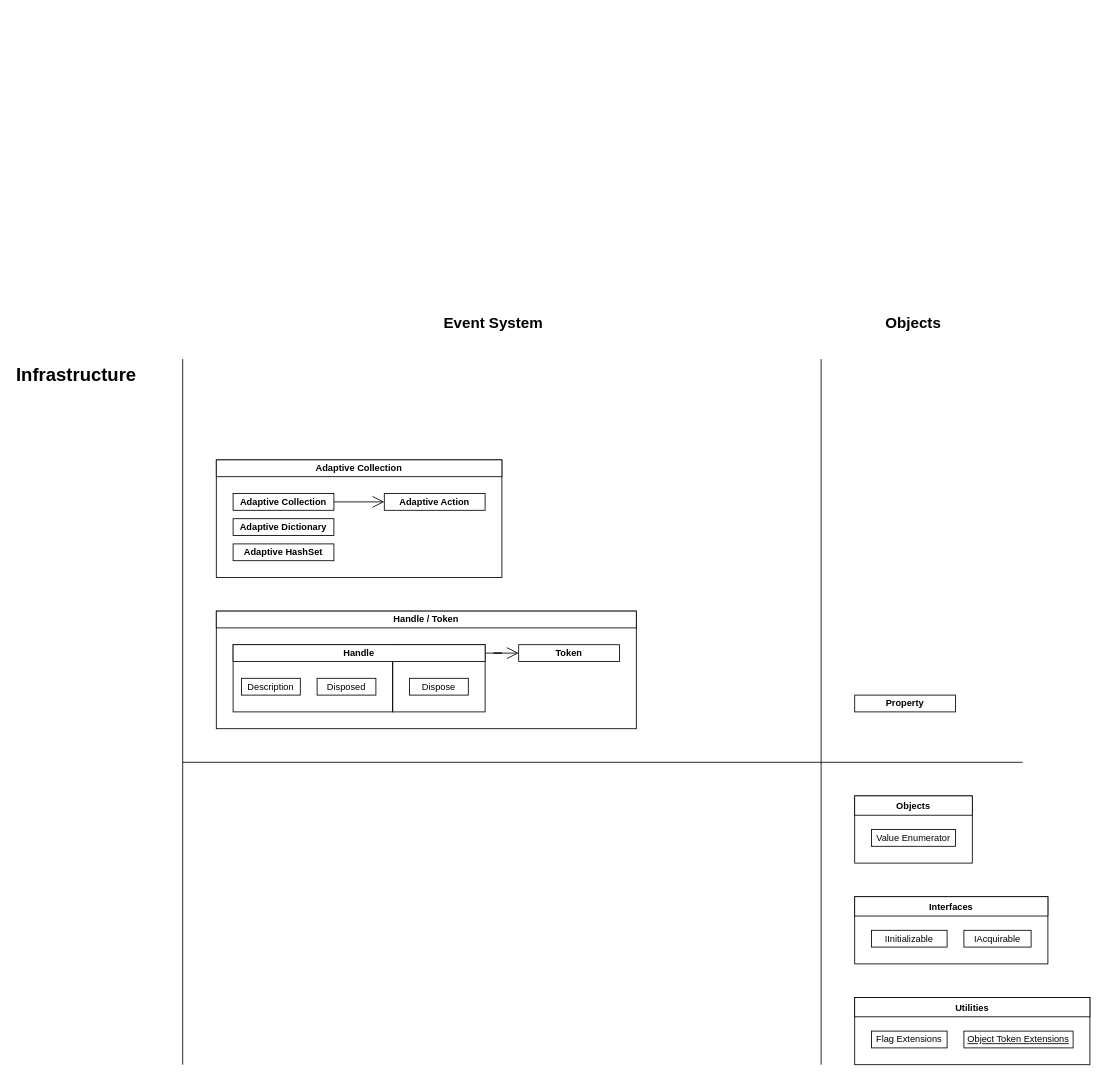
Earlier version of the draw.io diagram page "Core" (2 of 2) of docs/02. UniEngine/UniEngine.drawio (dove-creative/uniengine). Source tidied: cells renumbered, new cells numbered last; positions are measured from the earlier drawing's top-left corner, leaving out a move shared by most shapes. Both pictures are drawn from the tidied source at 84%, with x=0, y=0 at pixel (14, 308).
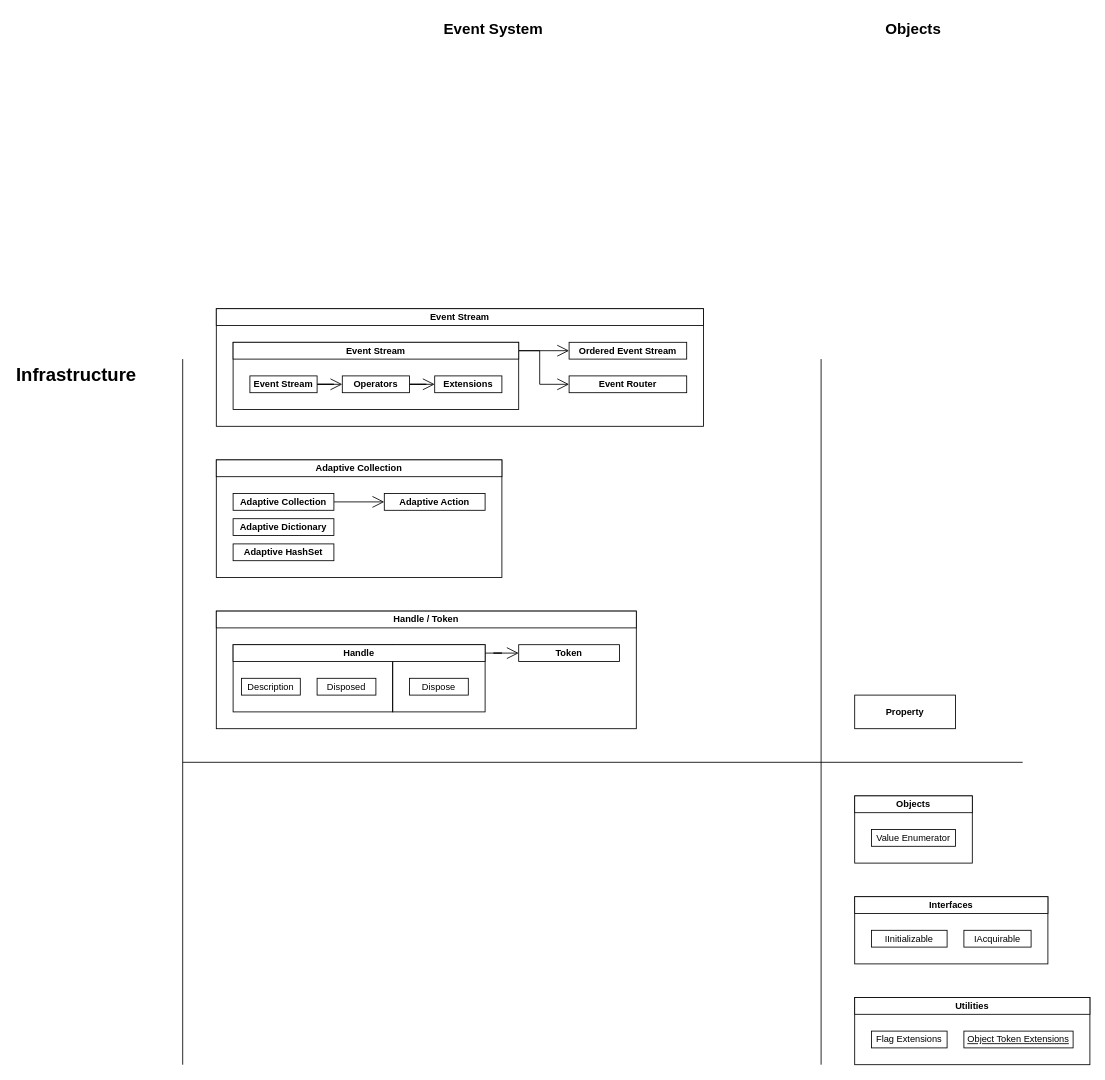
The same page after the edit.

Diff of the diagram source:
```diff
@@
+    <mxCell id="37" style="rounded=0;whiteSpace=wrap;html=1;fontFamily=Helvetica;fontSize=11;fontColor=default;labelBackgroundColor=default;fillColor=none;" parent="1" vertex="1">
+      <mxGeometry x="240" width="580" height="140" as="geometry" />
+    </mxCell>
+    <mxCell id="38" style="rounded=0;whiteSpace=wrap;html=1;fontFamily=Helvetica;fontSize=11;fontColor=default;labelBackgroundColor=default;fillColor=none;" parent="1" vertex="1">
+      <mxGeometry x="260" y="40" width="340" height="80" as="geometry" />
+    </mxCell>
@@
     <mxCell id="8" value="&lt;h1 style=&quot;margin-top: 0px;&quot;&gt;Event System&lt;/h1&gt;" style="text;html=1;whiteSpace=wrap;overflow=hidden;rounded=0;fontFamily=Helvetica;fontSize=9;fontColor=default;labelBackgroundColor=none;align=center;verticalAlign=top;" parent="1" vertex="1">
-      <mxGeometry x="490" width="160" height="40" as="geometry" />
+      <mxGeometry x="490" y="-350" width="160" height="40" as="geometry" />
     </mxCell>
@@
-    <mxCell id="12" value="&lt;b&gt;Utilities&lt;/b&gt;" style="rounded=0;whiteSpace=wrap;html=1;fontFamily=Helvetica;fontSize=11;fontColor=default;labelBackgroundColor=default;" parent="1" vertex="1">
-      <mxGeometry x="1000" y="820" width="280" height="23" as="geometry" />
-    </mxCell>
     <mxCell id="13" value="&lt;h1 style=&quot;margin-top: 0px;&quot;&gt;Objects&lt;/h1&gt;" style="text;html=1;whiteSpace=wrap;overflow=hidden;rounded=0;fontFamily=Helvetica;fontSize=9;fontColor=default;labelBackgroundColor=none;align=center;verticalAlign=top;" parent="1" vertex="1">
-      <mxGeometry x="990" width="160" height="40" as="geometry" />
+      <mxGeometry x="990" y="-350" width="160" height="40" as="geometry" />
     </mxCell>
@@
-    <mxCell id="18" value="&lt;b&gt;Interfaces&lt;/b&gt;" style="rounded=0;whiteSpace=wrap;html=1;fontFamily=Helvetica;fontSize=11;fontColor=default;labelBackgroundColor=default;" parent="1" vertex="1">
-      <mxGeometry x="1000" y="700" width="230" height="23" as="geometry" />
-    </mxCell>
@@
     <mxCell id="20" value="&lt;div style=&quot;text-align: right;&quot;&gt;&lt;b&gt;Property&lt;/b&gt;&lt;/div&gt;" style="rounded=0;whiteSpace=wrap;html=1;fontFamily=Helvetica;fontSize=11;fontColor=default;labelBackgroundColor=default;" parent="1" vertex="1">
-      <mxGeometry x="1000" y="460" width="120" height="20" as="geometry" />
+      <mxGeometry x="1000" y="460" width="120" height="40" as="geometry" />
     </mxCell>
@@
+    <mxCell id="39" value="&lt;div style=&quot;text-align: right;&quot;&gt;&lt;b&gt;Event Stream&lt;/b&gt;&lt;/div&gt;" style="rounded=0;whiteSpace=wrap;html=1;fontFamily=Helvetica;fontSize=11;fontColor=default;labelBackgroundColor=default;" parent="1" vertex="1">
+      <mxGeometry x="240" width="580" height="20" as="geometry" />
+    </mxCell>
+    <mxCell id="40" style="edgeStyle=orthogonalEdgeStyle;shape=connector;rounded=0;jettySize=auto;html=1;entryX=0;entryY=0.5;entryDx=0;entryDy=0;strokeColor=default;align=center;verticalAlign=middle;fontFamily=Helvetica;fontSize=11;fontColor=default;labelBackgroundColor=default;defaultLabelBackgroundColor=page;startArrow=none;startFill=0;startSize=12;endArrow=open;endFill=0;endSize=12;" parent="1" edge="1" source="42" target="48">
+      <mxGeometry relative="1" as="geometry" />
+    </mxCell>
+    <mxCell id="41" style="edgeStyle=orthogonalEdgeStyle;shape=connector;rounded=0;jettySize=auto;html=1;entryX=0;entryY=0.5;entryDx=0;entryDy=0;strokeColor=default;align=center;verticalAlign=middle;fontFamily=Helvetica;fontSize=11;fontColor=default;labelBackgroundColor=default;defaultLabelBackgroundColor=page;startArrow=none;startFill=0;startSize=12;endArrow=open;endFill=0;endSize=12;" parent="1" edge="1" source="42" target="49">
+      <mxGeometry relative="1" as="geometry" />
+    </mxCell>
+    <mxCell id="42" value="&lt;div style=&quot;text-align: right;&quot;&gt;&lt;b&gt;Event Stream&lt;/b&gt;&lt;/div&gt;" style="rounded=0;whiteSpace=wrap;html=1;fontFamily=Helvetica;fontSize=11;fontColor=default;labelBackgroundColor=default;" parent="1" vertex="1">
+      <mxGeometry x="260" y="40" width="340" height="20" as="geometry" />
+    </mxCell>
+    <mxCell id="43" style="edgeStyle=orthogonalEdgeStyle;shape=connector;rounded=0;jettySize=auto;html=1;entryX=0;entryY=0.5;entryDx=0;entryDy=0;strokeColor=default;align=center;verticalAlign=middle;fontFamily=Helvetica;fontSize=11;fontColor=default;labelBackgroundColor=default;defaultLabelBackgroundColor=page;startArrow=none;startFill=0;startSize=12;endArrow=open;endFill=0;endSize=12;" parent="1" edge="1" source="44" target="47">
+      <mxGeometry relative="1" as="geometry" />
+    </mxCell>
+    <mxCell id="44" value="&lt;div style=&quot;text-align: right;&quot;&gt;&lt;b&gt;Event Stream&lt;/b&gt;&lt;/div&gt;" style="rounded=0;whiteSpace=wrap;html=1;fontFamily=Helvetica;fontSize=11;fontColor=default;labelBackgroundColor=default;" parent="1" vertex="1">
+      <mxGeometry x="280" y="80" width="80" height="20" as="geometry" />
+    </mxCell>
+    <mxCell id="45" value="&lt;div style=&quot;text-align: right;&quot;&gt;&lt;b&gt;Extensions&lt;/b&gt;&lt;/div&gt;" style="rounded=0;whiteSpace=wrap;html=1;fontFamily=Helvetica;fontSize=11;fontColor=default;labelBackgroundColor=default;" parent="1" vertex="1">
+      <mxGeometry x="500" y="80" width="80" height="20" as="geometry" />
+    </mxCell>
+    <mxCell id="46" style="edgeStyle=orthogonalEdgeStyle;shape=connector;rounded=0;jettySize=auto;html=1;strokeColor=default;align=center;verticalAlign=middle;fontFamily=Helvetica;fontSize=11;fontColor=default;labelBackgroundColor=default;defaultLabelBackgroundColor=page;startArrow=none;startFill=0;startSize=12;endArrow=open;endFill=0;endSize=12;" parent="1" edge="1" source="47" target="45">
+      <mxGeometry relative="1" as="geometry" />
+    </mxCell>
+    <mxCell id="47" value="&lt;div style=&quot;text-align: right;&quot;&gt;&lt;b&gt;Operators&lt;/b&gt;&lt;/div&gt;" style="rounded=0;whiteSpace=wrap;html=1;fontFamily=Helvetica;fontSize=11;fontColor=default;labelBackgroundColor=default;" parent="1" vertex="1">
+      <mxGeometry x="390" y="80" width="80" height="20" as="geometry" />
+    </mxCell>
+    <mxCell id="48" value="&lt;div style=&quot;text-align: right;&quot;&gt;&lt;b&gt;Ordered Event Stream&lt;/b&gt;&lt;/div&gt;" style="rounded=0;whiteSpace=wrap;html=1;fontFamily=Helvetica;fontSize=11;fontColor=default;labelBackgroundColor=default;" parent="1" vertex="1">
+      <mxGeometry x="660" y="40" width="140" height="20" as="geometry" />
+    </mxCell>
+    <mxCell id="49" value="&lt;div style=&quot;text-align: right;&quot;&gt;&lt;b&gt;Event Router&lt;/b&gt;&lt;/div&gt;" style="rounded=0;whiteSpace=wrap;html=1;fontFamily=Helvetica;fontSize=11;fontColor=default;labelBackgroundColor=default;" parent="1" vertex="1">
+      <mxGeometry x="660" y="80" width="140" height="20" as="geometry" />
+    </mxCell>
-    <mxCell id="36" value="&lt;b&gt;Objects&lt;/b&gt;" style="rounded=0;whiteSpace=wrap;html=1;fontFamily=Helvetica;fontSize=11;fontColor=default;labelBackgroundColor=default;" parent="1" vertex="1">
-      <mxGeometry x="1000" y="580" width="140" height="23" as="geometry" />
+    <mxCell id="36" value="&lt;div style=&quot;text-align: right;&quot;&gt;&lt;b&gt;Objects&lt;/b&gt;&lt;/div&gt;" style="rounded=0;whiteSpace=wrap;html=1;fontFamily=Helvetica;fontSize=11;fontColor=default;labelBackgroundColor=default;" parent="1" vertex="1">
+      <mxGeometry x="1000" y="580" width="140" height="20" as="geometry" />
     </mxCell>
+    <mxCell id="18" value="&lt;div style=&quot;text-align: right;&quot;&gt;&lt;b style=&quot;text-align: center;&quot;&gt;Interfaces&lt;/b&gt;&lt;/div&gt;" style="rounded=0;whiteSpace=wrap;html=1;fontFamily=Helvetica;fontSize=11;fontColor=default;labelBackgroundColor=default;" parent="1" vertex="1">
+      <mxGeometry x="1000" y="700" width="230" height="20" as="geometry" />
+    </mxCell>
+    <mxCell id="12" value="&lt;div style=&quot;text-align: right;&quot;&gt;&lt;b style=&quot;text-align: center;&quot;&gt;Utilities&lt;/b&gt;&lt;/div&gt;" style="rounded=0;whiteSpace=wrap;html=1;fontFamily=Helvetica;fontSize=11;fontColor=default;labelBackgroundColor=default;" parent="1" vertex="1">
+      <mxGeometry x="1000" y="820" width="280" height="20" as="geometry" />
+    </mxCell>
```
